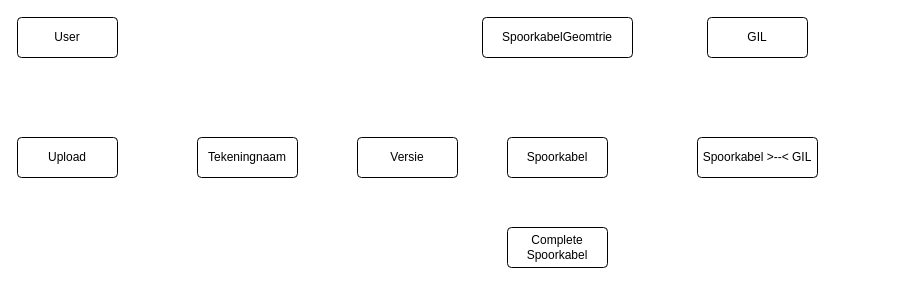
Earlier version of the draw.io diagram model.drawio (btmarwijk/prorail_gil_to_geom). Source tidied: cells renumbered, new cells numbered last; positions are measured from the earlier drawing's top-left corner, leaving out a move shared by most shapes. Both pictures are drawn from the tidied source at 100%, with x=0, y=0 at pixel (17, 17).
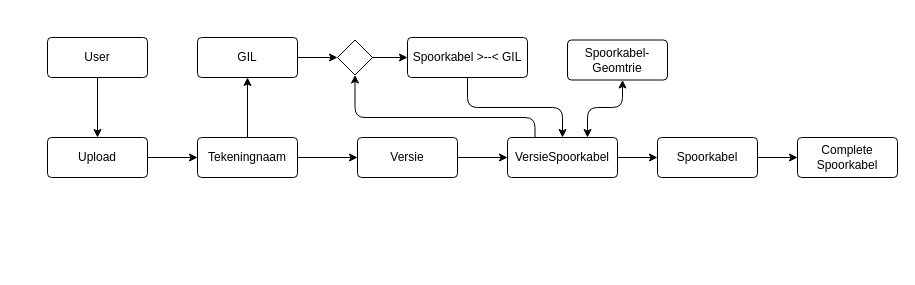
The same page after the edit.

The change refers to these unchanged cells:
```xml
<mxCell id="4" value="Tekeningnaam" style="rounded=1;arcSize=10;whiteSpace=wrap;html=1;align=center;" parent="1" vertex="1">
  <mxGeometry x="180" y="120" width="100" height="40" as="geometry" />
</mxCell>
```

The edit, as a diff of the source:
```diff
@@
+    <mxCell id="11" style="edgeStyle=none;html=1;" parent="1" edge="1" source="2" target="3">
+      <mxGeometry relative="1" as="geometry" />
+    </mxCell>
     <mxCell id="2" value="User" style="rounded=1;arcSize=10;whiteSpace=wrap;html=1;align=center;" parent="1" vertex="1">
-      <mxGeometry width="100" height="40" as="geometry" />
+      <mxGeometry x="30" y="20" width="100" height="40" as="geometry" />
     </mxCell>
+    <mxCell id="12" style="edgeStyle=none;html=1;entryX=0;entryY=0.5;entryDx=0;entryDy=0;" parent="1" edge="1" source="3" target="4">
+      <mxGeometry relative="1" as="geometry" />
+    </mxCell>
     <mxCell id="3" value="Upload" style="rounded=1;arcSize=10;whiteSpace=wrap;html=1;align=center;" parent="1" vertex="1">
-      <mxGeometry y="120" width="100" height="40" as="geometry" />
+      <mxGeometry x="30" y="120" width="100" height="40" as="geometry" />
     </mxCell>
+    <mxCell id="13" style="edgeStyle=none;html=1;" parent="1" edge="1" source="4" target="7">
+      <mxGeometry relative="1" as="geometry" />
+    </mxCell>
+    <mxCell id="14" style="edgeStyle=none;html=1;entryX=0;entryY=0.5;entryDx=0;entryDy=0;" parent="1" edge="1" source="4" target="9">
+      <mxGeometry relative="1" as="geometry" />
+    </mxCell>
@@
+    <mxCell id="15" style="edgeStyle=none;html=1;entryX=0;entryY=0.5;entryDx=0;entryDy=0;" parent="1" edge="1" source="5" target="6">
+      <mxGeometry relative="1" as="geometry" />
+    </mxCell>
     <mxCell id="5" value="Spoorkabel" style="rounded=1;arcSize=10;whiteSpace=wrap;html=1;align=center;" parent="1" vertex="1">
-      <mxGeometry x="490" y="120" width="100" height="40" as="geometry" />
+      <mxGeometry x="640" y="120" width="100" height="40" as="geometry" />
     </mxCell>
     <mxCell id="6" value="Complete Spoorkabel" style="rounded=1;arcSize=10;whiteSpace=wrap;html=1;align=center;" parent="1" vertex="1">
-      <mxGeometry x="490" y="210" width="100" height="40" as="geometry" />
+      <mxGeometry x="780" y="120" width="100" height="40" as="geometry" />
     </mxCell>
     <mxCell id="7" value="GIL" style="rounded=1;arcSize=10;whiteSpace=wrap;html=1;align=center;" parent="1" vertex="1">
-      <mxGeometry x="690" width="100" height="40" as="geometry" />
+      <mxGeometry x="180" y="20" width="100" height="40" as="geometry" />
     </mxCell>
+    <mxCell id="16" style="edgeStyle=none;html=1;entryX=0;entryY=0.5;entryDx=0;entryDy=0;" parent="1" edge="1" source="9" target="20">
+      <mxGeometry relative="1" as="geometry" />
+    </mxCell>
+    <mxCell id="9" value="Versie" style="rounded=1;arcSize=10;whiteSpace=wrap;html=1;align=center;" parent="1" vertex="1">
+      <mxGeometry x="340" y="120" width="100" height="40" as="geometry" />
+    </mxCell>
+    <mxCell id="17" style="edgeStyle=orthogonalEdgeStyle;html=1;startArrow=classic;startFill=1;" parent="1" edge="1" source="10" target="20">
+      <mxGeometry relative="1" as="geometry">
+        <Array as="points">
+          <mxPoint x="605" y="90" />
+          <mxPoint x="570" y="90" />
+        </Array>
+      </mxGeometry>
+    </mxCell>
+    <mxCell id="10" value="Spoorkabel-Geomtrie" style="rounded=1;arcSize=10;whiteSpace=wrap;html=1;align=center;" parent="1" vertex="1">
+      <mxGeometry x="550" y="22.5" width="100" height="40" as="geometry" />
+    </mxCell>
+    <mxCell id="18" style="html=1;entryX=0.5;entryY=1;entryDx=0;entryDy=0;exitX=0.25;exitY=0;exitDx=0;exitDy=0;edgeStyle=orthogonalEdgeStyle;entryPerimeter=0;" parent="1" edge="1" source="20" target="24">
+      <mxGeometry relative="1" as="geometry">
+        <Array as="points">
+          <mxPoint x="518" y="100" />
+          <mxPoint x="338" y="100" />
+        </Array>
+      </mxGeometry>
+    </mxCell>
+    <mxCell id="19" style="edgeStyle=none;html=1;entryX=0;entryY=0.5;entryDx=0;entryDy=0;" parent="1" edge="1" source="20" target="5">
+      <mxGeometry relative="1" as="geometry" />
+    </mxCell>
+    <mxCell id="20" value="VersieSpoorkabel" style="rounded=1;arcSize=10;whiteSpace=wrap;html=1;align=center;" parent="1" vertex="1">
+      <mxGeometry x="490" y="120" width="110" height="40" as="geometry" />
+    </mxCell>
+    <mxCell id="21" style="edgeStyle=none;html=1;" parent="1" edge="1" source="24" target="8">
+      <mxGeometry relative="1" as="geometry" />
+    </mxCell>
+    <mxCell id="22" style="edgeStyle=orthogonalEdgeStyle;html=1;entryX=0.5;entryY=0;entryDx=0;entryDy=0;" parent="1" edge="1" source="8" target="20">
+      <mxGeometry relative="1" as="geometry" />
+    </mxCell>
     <mxCell id="8" value="Spoorkabel &amp;gt;--&amp;lt; GIL" style="rounded=1;arcSize=10;whiteSpace=wrap;html=1;align=center;" parent="1" vertex="1">
-      <mxGeometry x="680" y="120" width="120" height="40" as="geometry" />
+      <mxGeometry x="390" y="20" width="120" height="40" as="geometry" />
     </mxCell>
-    <mxCell id="9" value="Versie" style="rounded=1;arcSize=10;whiteSpace=wrap;html=1;align=center;" parent="1" vertex="1">
-      <mxGeometry x="340" y="120" width="100" height="40" as="geometry" />
-    </mxCell>
-    <mxCell id="10" value="SpoorkabelGeomtrie" style="rounded=1;arcSize=10;whiteSpace=wrap;html=1;align=center;" parent="1" vertex="1">
-      <mxGeometry x="465" width="150" height="40" as="geometry" />
-    </mxCell>
+    <mxCell id="23" style="edgeStyle=none;html=1;" parent="1" edge="1" source="7" target="24">
+      <mxGeometry relative="1" as="geometry" />
+    </mxCell>
+    <mxCell id="24" style="points=[[0.25,0.25,0],[0.5,0,0],[0.75,0.25,0],[1,0.5,0],[0.75,0.75,0],[0.5,1,0],[0.25,0.75,0],[0,0.5,0]];shape=mxgraph.bpmn.gateway2;html=1;verticalLabelPosition=bottom;labelBackgroundColor=#ffffff;verticalAlign=top;align=center;perimeter=rhombusPerimeter;outlineConnect=0;outline=none;symbol=none;" parent="1" vertex="1">
+      <mxGeometry x="320" y="22.5" width="35" height="35" as="geometry" />
+    </mxCell>
```
